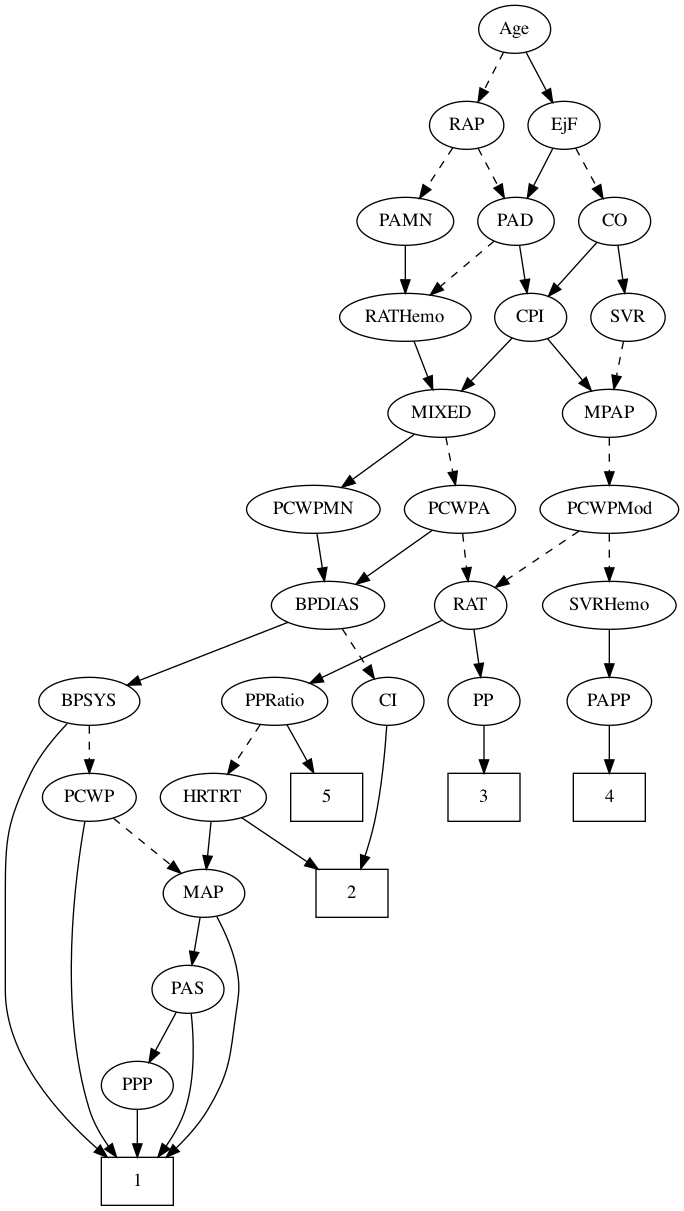
jozieLamp/CARNA keeps this Graphviz diagram as TreeFiles/TreeTraining/tree4v0.png. Above is the earlier version. Its source is kept beside it as TreeFiles/TreeTraining/tree4v0.dot.
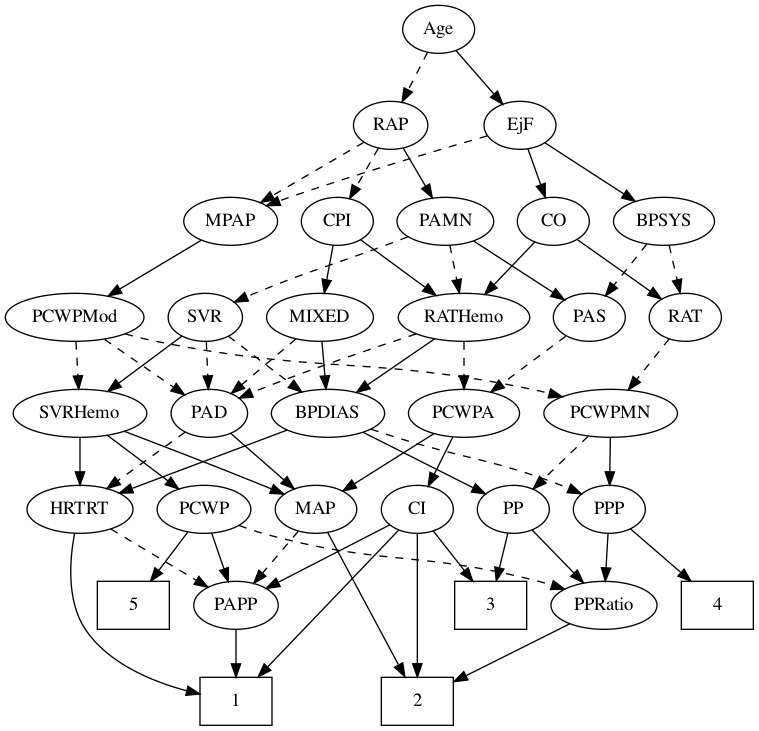
Later version of the same file.

What changed in the source:
```diff
@@ -1,195 +1,229 @@
 strict digraph {
-	graph [bb="0,0,505,900"];
+	graph [bb="0,0,561,540"];
 	node [label="\N"];
 	1	[height=0.5,
-		pos="99,18",
+		pos="173,18",
 		shape=box,
 		width=0.75];
 	2	[height=0.5,
-		pos="260,234",
+		pos="309,18",
 		shape=box,
 		width=0.75];
 	3	[height=0.5,
-		pos="359,306",
+		pos="364,90",
 		shape=box,
 		width=0.75];
 	4	[height=0.5,
-		pos="453,306",
+		pos="534,90",
 		shape=box,
 		width=0.75];
 	5	[height=0.5,
-		pos="241,306",
+		pos="95.995,90",
 		shape=box,
 		width=0.75];
 	Age	[height=0.5,
-		pos="382,882",
+		pos="325,522",
 		width=0.75];
 	EjF	[height=0.5,
-		pos="419,810",
+		pos="386,450",
 		width=0.75];
-	Age -> EjF	[pos="e,410.46,827.15 390.58,864.76 395.06,856.28 400.65,845.71 405.68,836.2",
+	Age -> EjF	[pos="e,373.08,465.82 337.93,506.15 346.18,496.69 357.03,484.24 366.33,473.56",
 		style=solid];
 	RAP	[height=0.5,
-		pos="346,810",
+		pos="289,450",
 		width=0.77632];
-	Age -> RAP	[pos="e,354.55,827.63 373.65,864.76 369.35,856.4 364.01,846.02 359.17,836.61",
+	Age -> RAP	[pos="e,297.55,467.63 316.65,504.76 312.35,496.4 307,486.02 302.16,476.61",
 		style=dashed];
-	PAD	[height=0.5,
-		pos="383,738",
-		width=0.79437];
-	EjF -> PAD	[pos="e,391.55,755.63 410.65,792.76 406.35,784.4 401.01,774.02 396.17,764.61",
+	MPAP	[height=0.5,
+		pos="169,378",
+		width=0.97491];
+	EjF -> MPAP	[pos="e,195.88,389.74 361.47,442.08 327.77,432.45 265.39,414.12 213,396 210.47,395.13 207.87,394.2 205.27,393.25",
+		style=dashed];
+	BPSYS	[height=0.5,
+		pos="494,378",
+		width=1.0471];
+	EjF -> BPSYS	[pos="e,472.43,392.98 404.81,436.81 421.09,426.26 444.92,410.81 463.85,398.54",
 		style=solid];
 	CO	[height=0.5,
-		pos="457,738",
+		pos="411,378",
 		width=0.75];
-	EjF -> CO	[pos="e,448.23,755.15 427.81,792.76 432.42,784.28 438.16,773.71 443.32,764.2",
-		style=dashed];
-	RAP -> PAD	[pos="e,374.21,755.63 354.58,792.76 359,784.4 364.49,774.02 369.47,764.61",
+	EjF -> CO	[pos="e,404.94,395.96 391.92,432.41 394.77,424.42 398.27,414.64 401.48,405.64",
+		style=solid];
+	RAP -> MPAP	[pos="e,191.6,392.19 268.91,437.28 250.23,426.39 222.1,409.98 200.44,397.34",
 		style=dashed];
 	PAMN	[height=0.5,
-		pos="300,738",
+		pos="330,378",
 		width=1.011];
-	RAP -> PAMN	[pos="e,310.72,755.31 335.56,793.12 329.88,784.47 322.72,773.58 316.32,763.83",
+	RAP -> PAMN	[pos="e,320.25,395.63 298.5,432.76 303.45,424.32 309.61,413.8 315.17,404.31",
+		style=solid];
+	CPI	[height=0.5,
+		pos="249,378",
+		width=0.75];
+	RAP -> CPI	[pos="e,258.22,395.15 279.72,432.76 274.82,424.19 268.71,413.49 263.22,403.9",
 		style=dashed];
 	MIXED	[height=0.5,
-		pos="327,594",
+		pos="236,306",
 		width=1.1193];
+	PAD	[height=0.5,
+		pos="153,234",
+		width=0.79437];
+	MIXED -> PAD	[pos="e,169.56,248.97 217.99,289.81 206.06,279.75 190.28,266.44 177.25,255.46",
+		style=dashed];
+	BPDIAS	[height=0.5,
+		pos="242,234",
+		width=1.1735];
+	MIXED -> BPDIAS	[pos="e,240.53,252.1 237.48,287.7 238.14,279.98 238.93,270.71 239.67,262.11",
+		style=solid];
+	PCWPMod	[height=0.5,
+		pos="51.995,306",
+		width=1.4443];
+	MPAP -> PCWPMod	[pos="e,77.153,322.05 146.99,363.83 129.77,353.53 105.52,339.02 85.836,327.25",
+		style=solid];
+	PAS	[height=0.5,
+		pos="438,306",
+		width=0.75];
+	BPSYS -> PAS	[pos="e,450.15,322.19 481.01,360.76 473.74,351.68 464.55,340.19 456.54,330.18",
+		style=dashed];
+	RAT	[height=0.5,
+		pos="510,306",
+		width=0.75827];
+	BPSYS -> RAT	[pos="e,506.05,324.28 497.87,360.05 499.65,352.26 501.81,342.82 503.81,334.08",
+		style=dashed];
+	MAP	[height=0.5,
+		pos="233,162",
+		width=0.84854];
+	PAD -> MAP	[pos="e,216.56,177.38 169.18,218.83 180.6,208.84 196.09,195.29 208.95,184.04",
+		style=solid];
+	HRTRT	[height=0.5,
+		pos="55.995,162",
+		width=1.1013];
+	PAD -> HRTRT	[pos="e,76.167,177.56 134.75,219.83 120.54,209.58 100.57,195.17 84.292,183.42",
+		style=dashed];
+	RATHemo	[height=0.5,
+		pos="344,306",
+		width=1.3721];
+	CO -> RATHemo	[pos="e,359.5,323.2 397.11,362.5 388.29,353.28 376.67,341.14 366.54,330.56",
+		style=solid];
+	CO -> RAT	[pos="e,491.95,319.76 429.15,364.16 444.36,353.41 466.28,337.91 483.46,325.76",
+		style=solid];
 	PCWPA	[height=0.5,
-		pos="341,522",
+		pos="344,234",
 		width=1.1555];
-	MIXED -> PCWPA	[pos="e,337.54,540.28 330.39,576.05 331.93,568.35 333.79,559.03 335.53,550.36",
+	PAS -> PCWPA	[pos="e,364.21,250.05 420.31,291.83 406.85,281.81 388.05,267.81 372.47,256.21",
 		style=dashed];
+	PAMN -> PAS	[pos="e,419.23,319.16 351.33,363.17 368.34,352.14 392.28,336.63 410.69,324.7",
+		style=solid];
+	PAMN -> RATHemo	[pos="e,340.54,324.28 333.38,360.05 334.93,352.35 336.79,343.03 338.52,334.36",
+		style=dashed];
+	SVR	[height=0.5,
+		pos="150,306",
+		width=0.77632];
+	PAMN -> SVR	[pos="e,171.78,317.36 301.92,366.35 296.32,364.24 290.47,362.04 285,360 241.51,343.8 229.89,341.7 187,324 185.13,323.23 183.23,322.42 \
+181.31,321.59",
+		style=dashed];
+	RATHemo -> PAD	[pos="e,175.36,245.4 308.12,293.55 276.91,283.36 230.59,267.68 191,252 188.92,251.18 186.79,250.31 184.66,249.41",
+		style=dashed];
+	RATHemo -> PCWPA	[pos="e,344,252.1 344,287.7 344,279.98 344,270.71 344,262.11",
+		style=dashed];
+	RATHemo -> BPDIAS	[pos="e,263.39,249.68 321.86,289.81 307.23,279.77 287.87,266.48 271.87,255.5",
+		style=solid];
+	CPI -> MIXED	[pos="e,239.2,324.28 245.85,360.05 244.42,352.35 242.69,343.03 241.08,334.36",
+		style=solid];
+	CPI -> RATHemo	[pos="e,323.03,322.45 266.42,364.16 279.89,354.24 298.84,340.27 314.64,328.63",
+		style=solid];
 	PCWPMN	[height=0.5,
-		pos="231,522",
+		pos="454,234",
 		width=1.3902];
-	MIXED -> PCWPMN	[pos="e,252.33,538.55 306.64,578.15 293.3,568.43 275.63,555.54 260.73,544.68",
+	RAT -> PCWPMN	[pos="e,467.3,251.63 497.84,289.81 490.81,281.02 481.78,269.73 473.75,259.69",
+		style=dashed];
+	SVR -> PAD	[pos="e,152.26,252.1 150.74,287.7 151.07,279.98 151.46,270.71 151.83,262.11",
+		style=dashed];
+	SVRHemo	[height=0.5,
+		pos="55.995,234",
+		width=1.3902];
+	SVR -> SVRHemo	[pos="e,76.879,250.55 132.31,291.83 119.03,281.94 100.55,268.18 85.098,256.67",
 		style=solid];
-	MPAP	[height=0.5,
-		pos="453,594",
-		width=0.97491];
-	PCWPMod	[height=0.5,
-		pos="453,522",
-		width=1.4443];
-	MPAP -> PCWPMod	[pos="e,453,540.1 453,575.7 453,567.98 453,558.71 453,550.11",
+	SVR -> BPDIAS	[pos="e,222.21,250.05 167.3,291.83 180.48,281.81 198.88,267.81 214.12,256.21",
 		style=dashed];
-	BPSYS	[height=0.5,
-		pos="63,378",
-		width=1.0471];
-	BPSYS -> 1	[pos="e,76.535,36.025 46.446,361.29 37.025,351.44 25.785,337.99 19,324 1.3487,287.61 0,275.45 0,235 0,235 0,235 0,161 0,112.38 39.542,\
-68.497 68.645,42.784",
+	PCWPMod -> PAD	[pos="e,134.36,247.91 74.411,289.46 89.612,278.93 109.79,264.94 125.89,253.78",
+		style=dashed];
+	PCWPMod -> PCWPMN	[pos="e,417.7,246.4 89.861,293.53 97.473,291.49 105.45,289.52 113,288 236.84,262.97 271.26,277.57 395,252 399.16,251.14 403.47,250.13 \
+407.76,249.05",
+		style=dashed];
+	PCWPMod -> SVRHemo	[pos="e,55.018,252.1 52.984,287.7 53.425,279.98 53.955,270.71 54.446,262.11",
+		style=dashed];
+	PCWPA -> MAP	[pos="e,253.19,175.73 321.53,218.83 304.33,207.99 280.47,192.94 261.85,181.2",
+		style=solid];
+	CI	[height=0.5,
+		pos="309,162",
+		width=0.75];
+	PCWPA -> CI	[pos="e,317.15,179.31 335.52,216.05 331.38,207.77 326.3,197.62 321.71,188.42",
+		style=solid];
+	PP	[height=0.5,
+		pos="381,162",
+		width=0.75];
+	PCWPMN -> PP	[pos="e,395.86,177.25 437.06,216.76 427.03,207.14 414.2,194.84 403.34,184.43",
+		style=dashed];
+	PPP	[height=0.5,
+		pos="453,162",
+		width=0.75];
+	PCWPMN -> PPP	[pos="e,453.24,180.1 453.75,215.7 453.64,207.98 453.51,198.71 453.38,190.11",
+		style=solid];
+	SVRHemo -> MAP	[pos="e,208.94,173.38 89.336,220.45 117.15,209.9 157.79,194.29 193,180 195.18,179.11 197.42,178.19 199.68,177.25",
 		style=solid];
 	PCWP	[height=0.5,
-		pos="63,306",
+		pos="149,162",
 		width=0.97491];
-	BPSYS -> PCWP	[pos="e,63,324.1 63,359.7 63,351.98 63,342.71 63,334.11",
+	SVRHemo -> PCWP	[pos="e,130,177.3 76.635,217.46 89.966,207.43 107.45,194.27 121.9,183.4",
+		style=solid];
+	SVRHemo -> HRTRT	[pos="e,55.995,180.1 55.995,215.7 55.995,207.98 55.995,198.71 55.995,190.11",
+		style=solid];
+	BPDIAS -> PP	[pos="e,359.96,173.59 268.14,219.83 291.61,208.02 326.05,190.67 350.71,178.25",
+		style=solid];
+	BPDIAS -> PPP	[pos="e,431.92,173.64 274.04,222.11 280.31,220.03 286.85,217.92 293,216 347.78,198.92 363.33,200.32 417,180 418.84,179.3 420.72,178.55 \
+422.6,177.76",
 		style=dashed];
-	RATHemo	[height=0.5,
-		pos="300,666",
-		width=1.3721];
-	PAD -> RATHemo	[pos="e,318.68,682.76 366.6,723.17 355.18,713.54 339.69,700.47 326.52,689.37",
+	BPDIAS -> HRTRT	[pos="e,85.525,174.11 211.28,221.44 179.54,209.49 129.88,190.81 95.295,177.79",
+		style=solid];
+	MAP -> 2	[pos="e,299.67,36.425 241.71,144.71 254.67,120.49 279.17,74.731 294.75,45.609",
+		style=solid];
+	PAPP	[height=0.5,
+		pos="173,90",
+		width=0.88464];
+	MAP -> PAPP	[pos="e,186.27,106.49 219.68,145.46 211.83,136.31 201.76,124.55 192.97,114.31",
 		style=dashed];
-	CPI	[height=0.5,
-		pos="394,666",
-		width=0.75];
-	PAD -> CPI	[pos="e,391.29,684.28 385.66,720.05 386.87,712.35 388.34,703.03 389.7,694.36",
-		style=solid];
-	CO -> CPI	[pos="e,407.34,681.82 443.64,722.15 435.12,712.69 423.91,700.24 414.31,689.56",
-		style=solid];
-	SVR	[height=0.5,
-		pos="467,666",
-		width=0.77632];
-	CO -> SVR	[pos="e,464.53,684.28 459.42,720.05 460.52,712.35 461.85,703.03 463.09,694.36",
-		style=solid];
-	PAS	[height=0.5,
-		pos="137,162",
-		width=0.75];
-	PAS -> 1	[pos="e,114.49,36.263 139.44,143.8 141.39,125.52 142.67,95.995 135,72 131.88,62.25 126.35,52.66 120.55,44.376",
-		style=solid];
-	PPP	[height=0.5,
-		pos="99,90",
-		width=0.75];
-	PAS -> PPP	[pos="e,107.77,107.15 128.19,144.76 123.58,136.28 117.84,125.71 112.68,116.2",
-		style=solid];
-	PAMN -> RATHemo	[pos="e,300,684.1 300,719.7 300,711.98 300,702.71 300,694.11",
-		style=solid];
-	RATHemo -> MIXED	[pos="e,320.52,611.79 306.54,648.05 309.62,640.06 313.37,630.33 316.82,621.4",
-		style=solid];
-	CPI -> MIXED	[pos="e,342.27,610.95 380.12,650.5 371.23,641.22 359.51,628.97 349.34,618.34",
-		style=solid];
-	CPI -> MPAP	[pos="e,439.4,611.13 406.8,649.81 414.4,640.8 424.19,629.18 432.81,618.95",
-		style=solid];
-	RAT	[height=0.5,
-		pos="349,450",
-		width=0.75827];
-	PP	[height=0.5,
-		pos="359,378",
-		width=0.75];
-	RAT -> PP	[pos="e,356.53,396.28 351.42,432.05 352.52,424.35 353.85,415.03 355.09,406.36",
+	PP -> 3	[pos="e,368.19,108.28 376.88,144.05 374.99,136.26 372.69,126.82 370.57,118.08",
 		style=solid];
 	PPRatio	[height=0.5,
-		pos="202,378",
+		pos="449,90",
 		width=1.1013];
-	RAT -> PPRatio	[pos="e,228.25,391.5 327.31,438.67 303.63,427.4 265.36,409.17 237.33,395.82",
+	PP -> PPRatio	[pos="e,433.5,106.95 395.09,146.5 404.1,137.22 416,124.97 426.32,114.34",
 		style=solid];
-	SVR -> MPAP	[pos="e,456.46,612.28 463.61,648.05 462.07,640.35 460.21,631.03 458.47,622.36",
+	PPP -> 4	[pos="e,514.3,108.02 469,147.17 479.66,137.95 493.96,125.6 506.43,114.82",
+		style=solid];
+	PPP -> PPRatio	[pos="e,449.97,108.1 452.01,143.7 451.57,135.98 451.04,126.71 450.54,118.11",
+		style=solid];
+	PPRatio -> 2	[pos="e,336.43,32.715 423.32,76.161 401.48,65.241 369.86,49.433 345.41,37.207",
+		style=solid];
+	PCWP -> 5	[pos="e,108.96,108.12 136.7,144.76 130.27,136.27 122.25,125.68 115.03,116.15",
+		style=solid];
+	PCWP -> PPRatio	[pos="e,419.43,102.12 175.24,149.9 181.02,147.72 187.16,145.62 193,144 282.98,119.05 309.59,131.38 400,108 403.18,107.18 406.45,106.24 \
+409.72,105.25",
 		style=dashed];
-	PCWPMod -> RAT	[pos="e,367.61,463.52 430.18,505.64 414.19,494.88 392.76,480.45 375.93,469.13",
+	PCWP -> PAPP	[pos="e,167.24,107.79 154.81,144.05 157.55,136.06 160.88,126.33 163.94,117.4",
+		style=solid];
+	CI -> 1	[pos="e,189.7,36.443 294.95,146.34 271.78,122.14 225.27,73.576 196.85,43.912",
+		style=solid];
+	CI -> 2	[pos="e,309,36.189 309,143.87 309,119.67 309,75.211 309,46.393",
+		style=solid];
+	CI -> 3	[pos="e,350.54,108.13 320.93,145.81 327.74,137.14 336.45,126.05 344.26,116.12",
+		style=solid];
+	CI -> PAPP	[pos="e,195.66,102.67 288.34,150.37 266.1,138.92 230.46,120.58 204.67,107.3",
+		style=solid];
+	PAPP -> 1	[pos="e,173,36.104 173,71.697 173,63.983 173,54.712 173,46.112",
+		style=solid];
+	HRTRT -> 1	[pos="e,145.86,23.491 51.91,144 48.322,124.81 45.655,93.484 59.995,72 77.094,46.384 110.04,32.875 135.96,25.925",
+		style=solid];
+	HRTRT -> PAPP	[pos="e,151.89,103.62 79.111,147.17 97.476,136.18 123.29,120.74 143.21,108.82",
 		style=dashed];
-	SVRHemo	[height=0.5,
-		pos="453,450",
-		width=1.3902];
-	PCWPMod -> SVRHemo	[pos="e,453,468.1 453,503.7 453,495.98 453,486.71 453,478.11",
-		style=dashed];
-	PCWPA -> RAT	[pos="e,347.05,468.1 342.98,503.7 343.86,495.98 344.92,486.71 345.9,478.11",
-		style=dashed];
-	BPDIAS	[height=0.5,
-		pos="242,450",
-		width=1.1735];
-	PCWPA -> BPDIAS	[pos="e,262.97,465.82 320,506.15 305.83,496.13 286.92,482.76 271.27,471.7",
-		style=solid];
-	PCWPMN -> BPDIAS	[pos="e,239.31,468.1 233.72,503.7 234.93,495.98 236.39,486.71 237.74,478.11",
-		style=solid];
-	PAPP	[height=0.5,
-		pos="453,378",
-		width=0.88464];
-	SVRHemo -> PAPP	[pos="e,453,396.1 453,431.7 453,423.98 453,414.71 453,406.11",
-		style=solid];
-	BPDIAS -> BPSYS	[pos="e,91.284,390.06 212.04,437.28 181.42,425.31 133.79,406.68 100.65,393.72",
-		style=solid];
-	CI	[height=0.5,
-		pos="287,378",
-		width=0.75];
-	BPDIAS -> CI	[pos="e,276.72,394.99 252.66,432.41 258.18,423.83 265.02,413.19 271.14,403.67",
-		style=dashed];
-	MAP	[height=0.5,
-		pos="149,234",
-		width=0.84854];
-	MAP -> 1	[pos="e,120.71,36.134 158.71,216.45 164.08,206.3 170.23,192.84 173,180 176.38,164.36 175.26,159.84 173,144 168.29,111 168.98,100.68 152,\
-72 145.74,61.434 136.9,51.457 128.22,43.07",
-		style=solid];
-	MAP -> PAS	[pos="e,139.96,180.28 146.1,216.05 144.77,208.35 143.18,199.03 141.69,190.36",
-		style=solid];
-	PP -> 3	[pos="e,359,324.1 359,359.7 359,351.98 359,342.71 359,334.11",
-		style=solid];
-	PPP -> 1	[pos="e,99,36.104 99,71.697 99,63.983 99,54.712 99,46.112",
-		style=solid];
-	PPRatio -> 5	[pos="e,231.28,324.45 211.24,360.41 215.77,352.28 221.33,342.31 226.41,333.18",
-		style=solid];
-	HRTRT	[height=0.5,
-		pos="156,306",
-		width=1.1013];
-	PPRatio -> HRTRT	[pos="e,166.82,323.47 191.1,360.41 185.54,351.95 178.67,341.49 172.48,332.08",
-		style=dashed];
-	PCWP -> 1	[pos="e,83.39,36.226 59.639,287.83 52.664,248.54 39.161,149.52 63,72 66.009,62.215 71.507,52.616 77.316,44.334",
-		style=solid];
-	PCWP -> MAP	[pos="e,131.67,249.11 81.238,290.15 93.569,280.12 110.02,266.73 123.63,255.65",
-		style=dashed];
-	CI -> 2	[pos="e,266.56,252.43 286.08,359.78 284.88,341.73 282.28,312.63 277,288 275.16,279.4 272.48,270.22 269.79,261.95",
-		style=solid];
-	PAPP -> 4	[pos="e,453,324.1 453,359.7 453,351.98 453,342.71 453,334.11",
-		style=solid];
-	HRTRT -> 2	[pos="e,234.7,252.03 177.3,290.67 191.34,281.22 210.03,268.63 226.09,257.82",
-		style=solid];
-	HRTRT -> MAP	[pos="e,150.71,252.1 154.27,287.7 153.5,279.98 152.57,270.71 151.71,262.11",
-		style=solid];
 }
```
